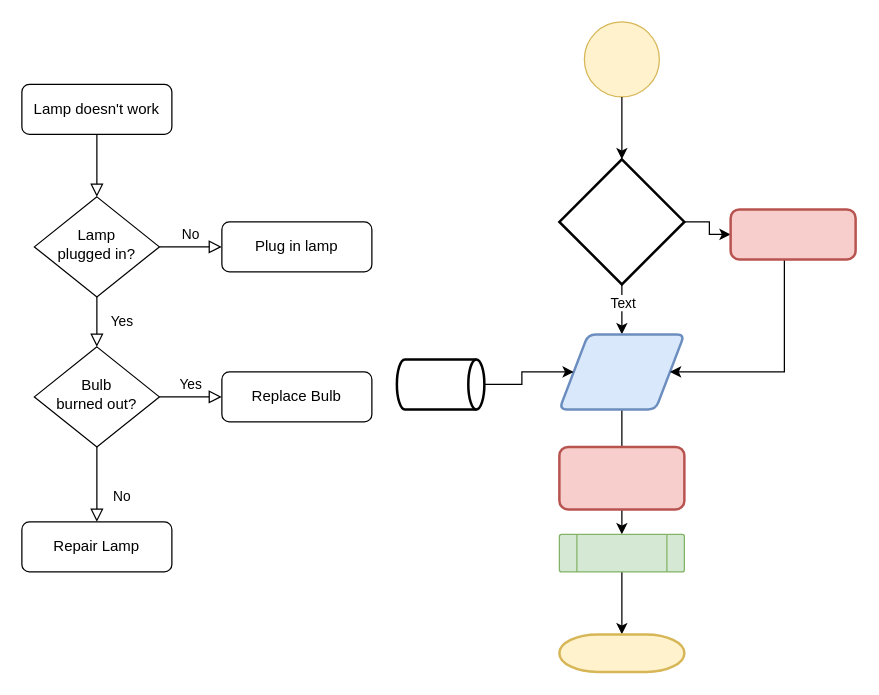
Earlier version of the draw.io diagram Untitled Diagram.drawio (Sabapathy80/explore-flowcharts). Source tidied: cells renumbered, new cells numbered last; positions are measured from the earlier drawing's top-left corner, leaving out a move shared by most shapes. Both pictures are drawn from the tidied source at 125%, with x=0, y=0 at pixel (21, 21).
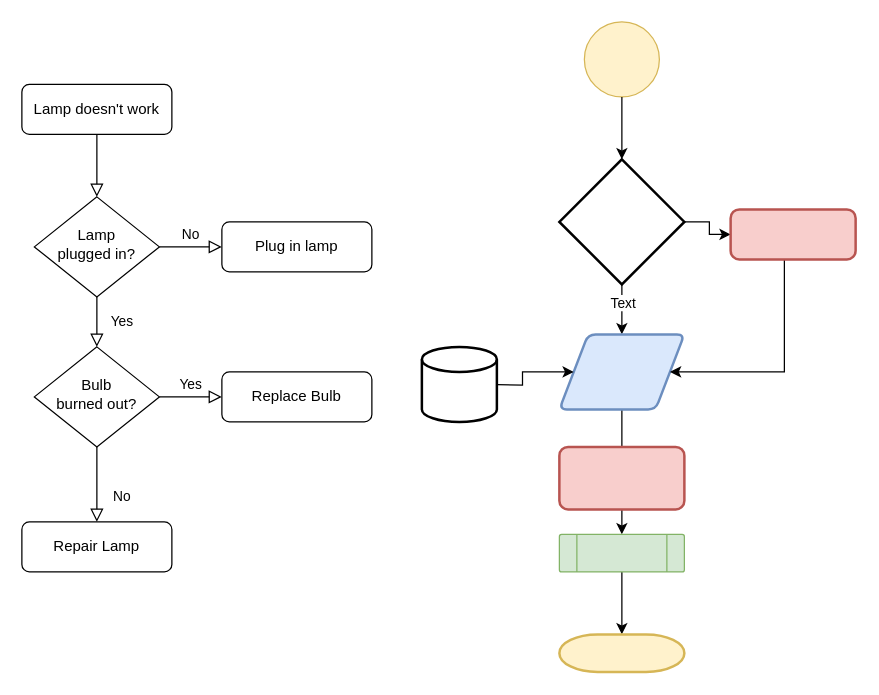
The same diagram, later.

Unchanged cells that the change refers to:
```xml
<mxCell id="20" style="shape=parallelogram;html=1;strokeWidth=2;perimeter=parallelogramPerimeter;whiteSpace=wrap;rounded=1;arcSize=12;size=0.23;fillColor=#dae8fc;strokeColor=#6c8ebf;" parent="1" vertex="1">
  <mxGeometry x="430" y="250" width="100" height="60" as="geometry" />
</mxCell>
```

The edit, as a diff of the source:
```diff
@@
-    <mxCell id="21" style="edgeStyle=orthogonalEdgeStyle;rounded=0;jettySize=auto;html=1;" parent="1" edge="1" source="22" target="20">
-      <mxGeometry relative="1" as="geometry" />
+    <mxCell id="21" style="edgeStyle=orthogonalEdgeStyle;rounded=0;jettySize=auto;html=1;" parent="1" edge="1" target="20">
+      <mxGeometry relative="1" as="geometry">
+        <mxPoint x="370" y="290" as="sourcePoint" />
+      </mxGeometry>
     </mxCell>
-    <mxCell id="22" style="strokeWidth=2;html=1;shape=mxgraph.flowchart.direct_data;whiteSpace=wrap;" parent="1" vertex="1">
-      <mxGeometry x="300" y="270" width="70" height="40" as="geometry" />
-    </mxCell>
@@
+    <mxCell id="29" style="strokeWidth=2;html=1;shape=mxgraph.flowchart.database;whiteSpace=wrap;" parent="1" vertex="1">
+      <mxGeometry x="320" y="260" width="60" height="60" as="geometry" />
+    </mxCell>
```
